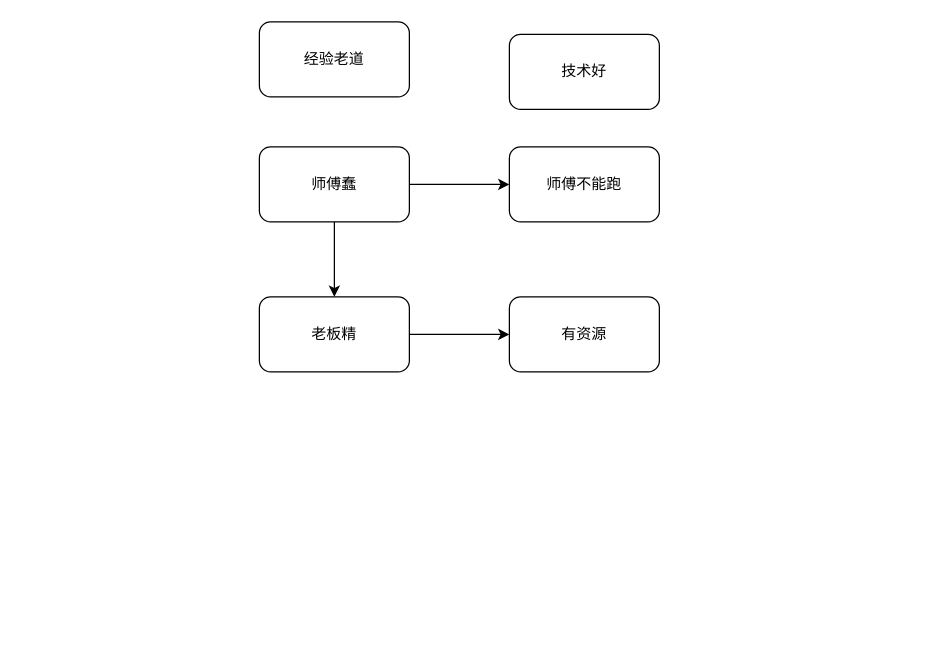
Allen9797/WorkZone keeps this draw.io diagram as note.drawio. Above is the earlier version. Source tidied: cells renumbered, new cells numbered last; positions are measured from the earlier drawing's top-left corner, leaving out a move shared by most shapes. Both pictures are drawn from the tidied source at 125%, with x=0, y=0 at pixel (259, 21).
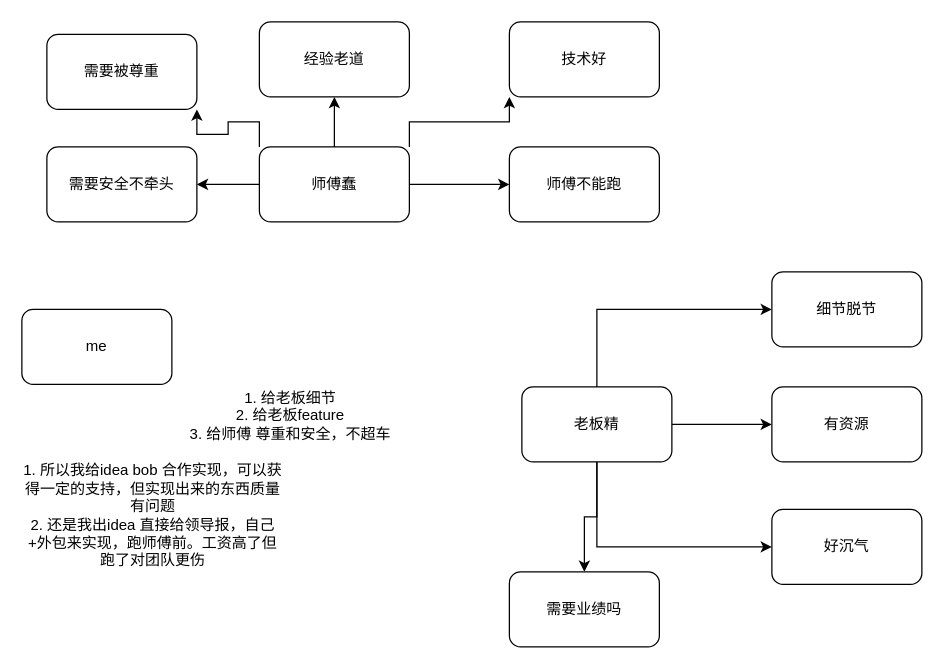
After the change.

Unchanged cells that the change refers to:
```xml
<mxCell id="4" value="师傅蠢" style="rounded=1;whiteSpace=wrap;html=1;" parent="1" vertex="1">
  <mxGeometry y="100" width="120" height="60" as="geometry" />
</mxCell>
<mxCell id="10" value="经验老道" style="rounded=1;whiteSpace=wrap;html=1;" parent="1" vertex="1">
  <mxGeometry width="120" height="60" as="geometry" />
</mxCell>
```

Diff of the diagram source:
```diff
@@
-    <mxCell id="3" style="edgeStyle=orthogonalEdgeStyle;rounded=0;jettySize=auto;html=1;exitX=0.5;exitY=1;exitDx=0;exitDy=0;" parent="1" edge="1" source="4" target="7">
-      <mxGeometry relative="1" as="geometry" />
-    </mxCell>
+    <mxCell id="11" style="edgeStyle=orthogonalEdgeStyle;rounded=0;jettySize=auto;html=1;exitX=0.5;exitY=0;exitDx=0;exitDy=0;entryX=0.5;entryY=1;entryDx=0;entryDy=0;" parent="1" edge="1" source="4" target="10">
+      <mxGeometry relative="1" as="geometry" />
+    </mxCell>
+    <mxCell id="12" style="edgeStyle=orthogonalEdgeStyle;rounded=0;jettySize=auto;html=1;exitX=1;exitY=0;exitDx=0;exitDy=0;entryX=0;entryY=1;entryDx=0;entryDy=0;" parent="1" edge="1" source="4" target="9">
+      <mxGeometry relative="1" as="geometry" />
+    </mxCell>
+    <mxCell id="13" style="edgeStyle=orthogonalEdgeStyle;rounded=0;jettySize=auto;html=1;exitX=0;exitY=0.5;exitDx=0;exitDy=0;entryX=1;entryY=0.5;entryDx=0;entryDy=0;" parent="1" edge="1" source="4" target="19">
+      <mxGeometry relative="1" as="geometry" />
+    </mxCell>
+    <mxCell id="14" style="edgeStyle=orthogonalEdgeStyle;rounded=0;jettySize=auto;html=1;exitX=0;exitY=0;exitDx=0;exitDy=0;entryX=1;entryY=1;entryDx=0;entryDy=0;" parent="1" edge="1" source="4" target="20">
+      <mxGeometry relative="1" as="geometry" />
+    </mxCell>
@@
+    <mxCell id="15" style="edgeStyle=orthogonalEdgeStyle;rounded=0;jettySize=auto;html=1;exitX=0.5;exitY=0;exitDx=0;exitDy=0;entryX=0;entryY=0.5;entryDx=0;entryDy=0;" parent="1" edge="1" source="7" target="18">
+      <mxGeometry relative="1" as="geometry" />
+    </mxCell>
+    <mxCell id="16" style="edgeStyle=orthogonalEdgeStyle;rounded=0;jettySize=auto;html=1;exitX=0.5;exitY=1;exitDx=0;exitDy=0;entryX=0;entryY=0.5;entryDx=0;entryDy=0;" parent="1" edge="1" source="7" target="22">
+      <mxGeometry relative="1" as="geometry" />
+    </mxCell>
+    <mxCell id="17" style="edgeStyle=orthogonalEdgeStyle;rounded=0;jettySize=auto;html=1;exitX=0.5;exitY=1;exitDx=0;exitDy=0;entryX=0.5;entryY=0;entryDx=0;entryDy=0;" parent="1" edge="1" source="7" target="25">
+      <mxGeometry relative="1" as="geometry" />
+    </mxCell>
     <mxCell id="7" value="老板精" style="rounded=1;whiteSpace=wrap;html=1;" parent="1" vertex="1">
-      <mxGeometry y="220" width="120" height="60" as="geometry" />
+      <mxGeometry x="210" y="292" width="120" height="60" as="geometry" />
     </mxCell>
     <mxCell id="8" value="有资源" style="rounded=1;whiteSpace=wrap;html=1;" parent="1" vertex="1">
-      <mxGeometry x="200" y="220" width="120" height="60" as="geometry" />
+      <mxGeometry x="410" y="292" width="120" height="60" as="geometry" />
     </mxCell>
     <mxCell id="9" value="技术好" style="rounded=1;whiteSpace=wrap;html=1;" parent="1" vertex="1">
-      <mxGeometry x="200" y="10" width="120" height="60" as="geometry" />
+      <mxGeometry x="200" width="120" height="60" as="geometry" />
     </mxCell>
@@
+    <mxCell id="18" value="细节脱节" style="rounded=1;whiteSpace=wrap;html=1;" parent="1" vertex="1">
+      <mxGeometry x="410" y="200" width="120" height="60" as="geometry" />
+    </mxCell>
+    <mxCell id="19" value="需要安全不牵头" style="rounded=1;whiteSpace=wrap;html=1;" parent="1" vertex="1">
+      <mxGeometry x="-170" y="100" width="120" height="60" as="geometry" />
+    </mxCell>
+    <mxCell id="20" value="需要被尊重" style="rounded=1;whiteSpace=wrap;html=1;" parent="1" vertex="1">
+      <mxGeometry x="-170" y="10" width="120" height="60" as="geometry" />
+    </mxCell>
+    <mxCell id="21" value="me" style="rounded=1;whiteSpace=wrap;html=1;" parent="1" vertex="1">
+      <mxGeometry x="-190" y="230" width="120" height="60" as="geometry" />
+    </mxCell>
+    <mxCell id="22" value="好沉气" style="rounded=1;whiteSpace=wrap;html=1;" parent="1" vertex="1">
+      <mxGeometry x="410" y="390" width="120" height="60" as="geometry" />
+    </mxCell>
+    <mxCell id="23" value="1. 给老板细节&lt;br&gt;2. 给老板feature&lt;br&gt;3. 给师傅 尊重和安全，不超车" style="text;html=1;strokeColor=none;fillColor=none;align=center;verticalAlign=middle;whiteSpace=wrap;rounded=0;" parent="1" vertex="1">
+      <mxGeometry x="-80" y="300" width="210" height="30" as="geometry" />
+    </mxCell>
+    <mxCell id="24" value="1. 所以我给idea bob 合作实现，可以获得一定的支持，但实现出来的东西质量有问题&lt;br&gt;2. 还是我出idea 直接给领导报，自己+外包来实现，跑师傅前。工资高了但跑了对团队更伤" style="text;html=1;strokeColor=none;fillColor=none;align=center;verticalAlign=middle;whiteSpace=wrap;rounded=0;" parent="1" vertex="1">
+      <mxGeometry x="-190" y="380" width="210" height="30" as="geometry" />
+    </mxCell>
+    <mxCell id="25" value="需要业绩吗" style="rounded=1;whiteSpace=wrap;html=1;" parent="1" vertex="1">
+      <mxGeometry x="200" y="440" width="120" height="60" as="geometry" />
+    </mxCell>
```
